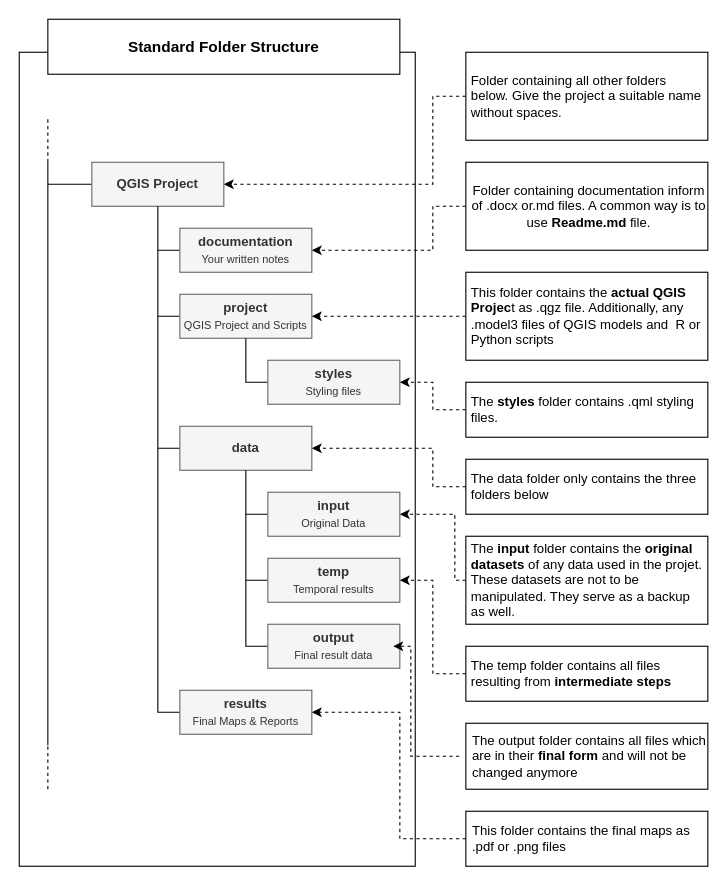
Above: fig/Standard_project_folder_structure.drawio in GIScience/gis-training-resource-center (draw.io), before the change. Source tidied: cells renumbered, new cells numbered last; positions are measured from the earlier drawing's top-left corner, leaving out a move shared by most shapes. Both pictures are drawn from the tidied source at 110%, with x=0, y=0 at pixel (19, 19).
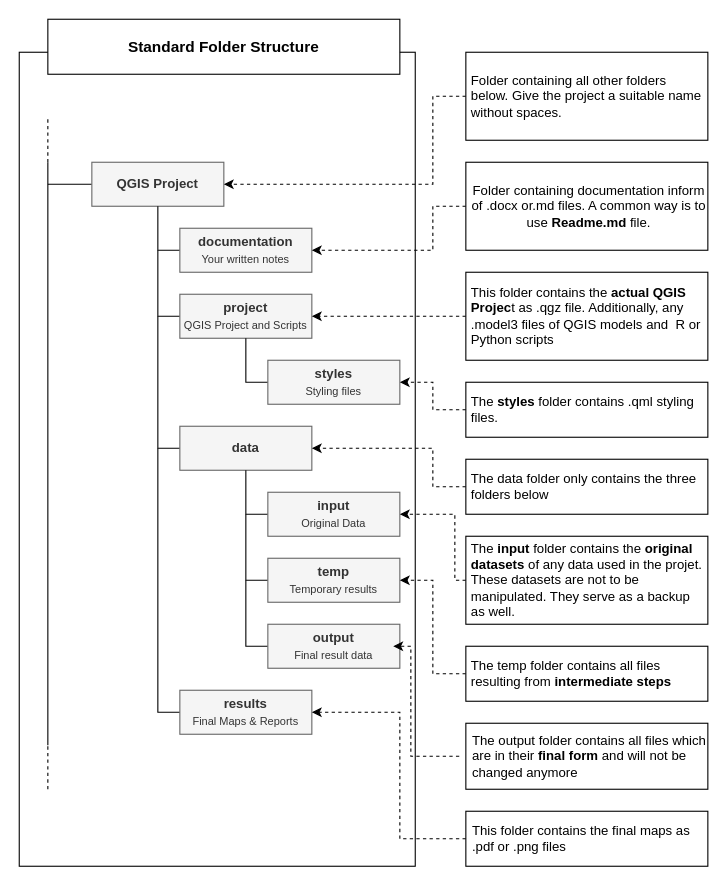
After the change.

Diff of the diagram source:
```diff
@@
-    <mxCell id="18" value="&lt;font style=&quot;&quot;&gt;&lt;b&gt;temp&lt;br&gt;&lt;/b&gt;&lt;span style=&quot;font-size: 10px;&quot;&gt;Temporal results&lt;/span&gt;&lt;br&gt;&lt;/font&gt;" style="rounded=0;whiteSpace=wrap;html=1;fillColor=#f5f5f5;fontColor=#333333;strokeColor=#666666;fontStyle=0;" parent="1" vertex="1">
+    <mxCell id="18" value="&lt;font style=&quot;&quot;&gt;&lt;b&gt;temp&lt;br&gt;&lt;/b&gt;&lt;span style=&quot;font-size: 10px;&quot;&gt;Temporary results&lt;/span&gt;&lt;br&gt;&lt;/font&gt;" style="rounded=0;whiteSpace=wrap;html=1;fillColor=#f5f5f5;fontColor=#333333;strokeColor=#666666;fontStyle=0;" parent="1" vertex="1">
       <mxGeometry x="226" y="490" width="120" height="40" as="geometry" />
     </mxCell>
```
